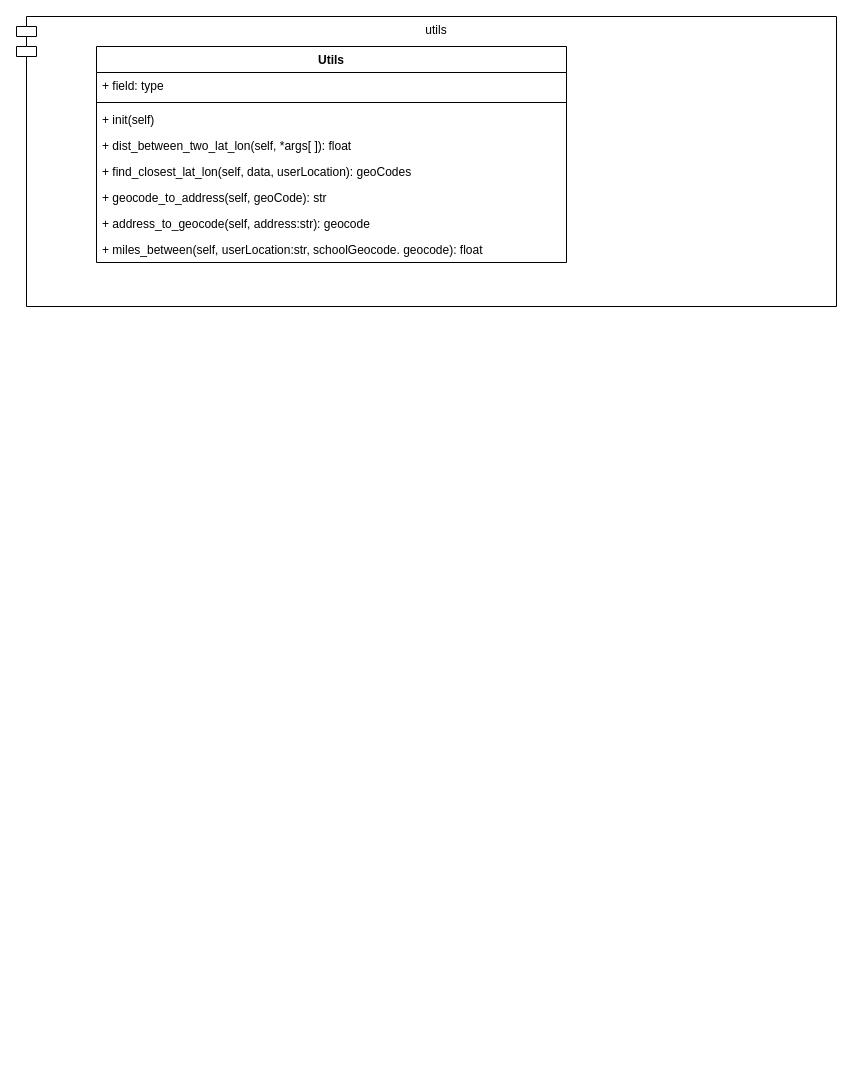
Before: page "utils" (2 of 4) of api_geocode.drawio in giova-fonseca/giova-fonseca, a draw.io diagram. Source tidied: cells renumbered, new cells numbered last; positions are measured from the earlier drawing's top-left corner, leaving out a move shared by most shapes. Both pictures are drawn from the tidied source at 100%, with x=0, y=0 at pixel (16, 16).
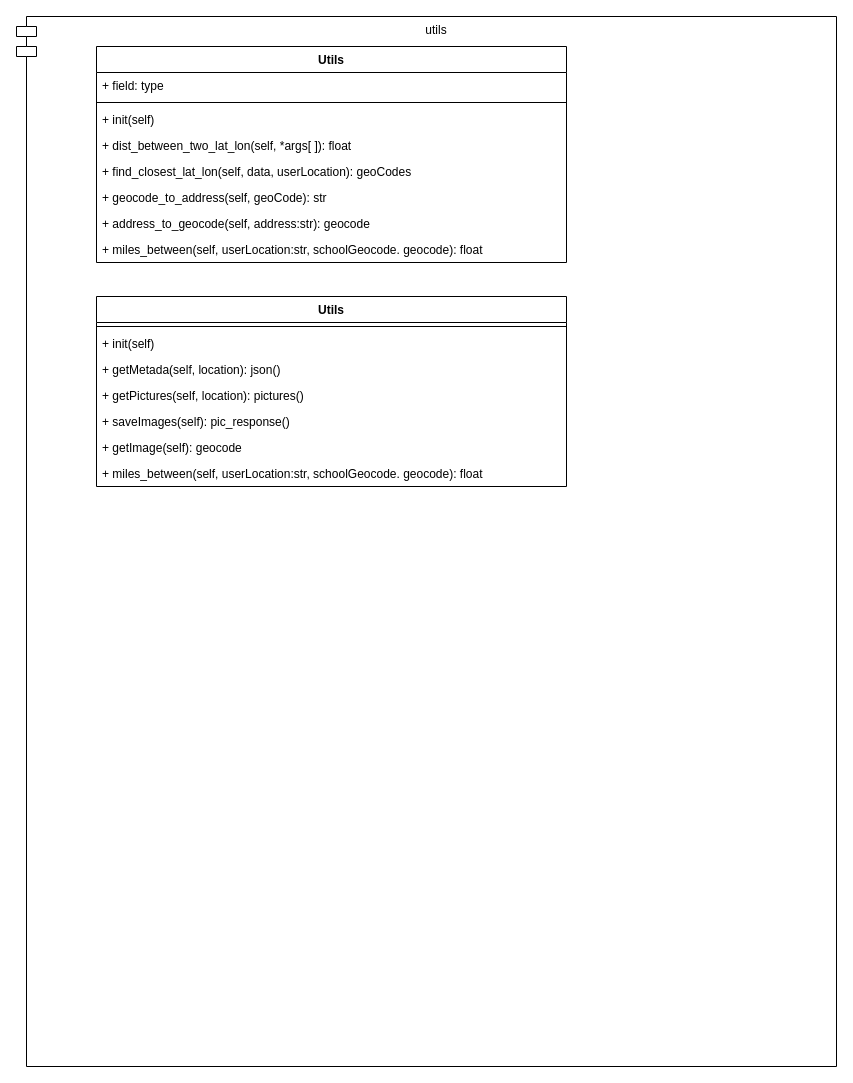
Above is the later version.

What changed in the source:
```diff
@@
 <mxGraphModel>
   <root>
     <mxCell id="0" />
     <mxCell id="1" parent="0" />
     <mxCell id="2" value="utils" style="shape=module;align=left;spacingLeft=20;align=center;verticalAlign=top;" parent="1" vertex="1">
-      <mxGeometry width="820" height="290" as="geometry" />
+      <mxGeometry width="820" height="1050" as="geometry" />
     </mxCell>
     <mxCell id="3" value="Utils" style="swimlane;fontStyle=1;align=center;verticalAlign=top;horizontal=1;startSize=26;" parent="1" vertex="1">
       <mxGeometry x="80" y="30" width="470" height="216" as="geometry" />
     </mxCell>
     <mxCell id="4" value="+ field: type" style="text;strokeColor=none;fillColor=none;align=left;verticalAlign=top;spacingLeft=4;spacingRight=4;overflow=hidden;" parent="3" vertex="1">
       <mxGeometry y="26" width="470" height="26" as="geometry" />
     </mxCell>
     <mxCell id="5" style="line;strokeWidth=1;fillColor=none;align=left;verticalAlign=middle;spacingTop=-1;spacingLeft=3;spacingRight=3;labelPosition=right;" parent="3" vertex="1">
       <mxGeometry y="52" width="470" height="8" as="geometry" />
     </mxCell>
     <mxCell id="6" value="+ init(self)" style="text;strokeColor=none;fillColor=none;align=left;verticalAlign=top;spacingLeft=4;spacingRight=4;overflow=hidden;" parent="3" vertex="1">
       <mxGeometry y="60" width="470" height="26" as="geometry" />
     </mxCell>
     <mxCell id="7" value="+ dist_between_two_lat_lon(self, *args[ ]): float" style="text;strokeColor=none;fillColor=none;align=left;verticalAlign=top;spacingLeft=4;spacingRight=4;overflow=hidden;" parent="3" vertex="1">
       <mxGeometry y="86" width="470" height="26" as="geometry" />
     </mxCell>
     <mxCell id="8" value="+ find_closest_lat_lon(self, data, userLocation): geoCodes" style="text;strokeColor=none;fillColor=none;align=left;verticalAlign=top;spacingLeft=4;spacingRight=4;overflow=hidden;" parent="3" vertex="1">
       <mxGeometry y="112" width="470" height="26" as="geometry" />
     </mxCell>
     <mxCell id="9" value="+ geocode_to_address(self, geoCode): str" style="text;strokeColor=none;fillColor=none;align=left;verticalAlign=top;spacingLeft=4;spacingRight=4;overflow=hidden;" parent="3" vertex="1">
       <mxGeometry y="138" width="470" height="26" as="geometry" />
     </mxCell>
     <mxCell id="10" value="+ address_to_geocode(self, address:str): geocode" style="text;strokeColor=none;fillColor=none;align=left;verticalAlign=top;spacingLeft=4;spacingRight=4;overflow=hidden;" parent="3" vertex="1">
       <mxGeometry y="164" width="470" height="26" as="geometry" />
     </mxCell>
     <mxCell id="11" value="+ miles_between(self, userLocation:str, schoolGeocode. geocode): float" style="text;strokeColor=none;fillColor=none;align=left;verticalAlign=top;spacingLeft=4;spacingRight=4;overflow=hidden;" parent="3" vertex="1">
       <mxGeometry y="190" width="470" height="26" as="geometry" />
     </mxCell>
+    <mxCell id="12" value="Utils" style="swimlane;fontStyle=1;align=center;verticalAlign=top;horizontal=1;startSize=26;" parent="1" vertex="1">
+      <mxGeometry x="80" y="280" width="470" height="190" as="geometry" />
+    </mxCell>
+    <mxCell id="13" style="line;strokeWidth=1;fillColor=none;align=left;verticalAlign=middle;spacingTop=-1;spacingLeft=3;spacingRight=3;labelPosition=right;" parent="12" vertex="1">
+      <mxGeometry y="26" width="470" height="8" as="geometry" />
+    </mxCell>
+    <mxCell id="14" value="+ init(self)" style="text;strokeColor=none;fillColor=none;align=left;verticalAlign=top;spacingLeft=4;spacingRight=4;overflow=hidden;" parent="12" vertex="1">
+      <mxGeometry y="34" width="470" height="26" as="geometry" />
+    </mxCell>
+    <mxCell id="15" value="+ getMetada(self, location): json()" style="text;strokeColor=none;fillColor=none;align=left;verticalAlign=top;spacingLeft=4;spacingRight=4;overflow=hidden;" parent="12" vertex="1">
+      <mxGeometry y="60" width="470" height="26" as="geometry" />
+    </mxCell>
+    <mxCell id="16" value="+ getPictures(self, location): pictures()" style="text;strokeColor=none;fillColor=none;align=left;verticalAlign=top;spacingLeft=4;spacingRight=4;overflow=hidden;" parent="12" vertex="1">
+      <mxGeometry y="86" width="470" height="26" as="geometry" />
+    </mxCell>
+    <mxCell id="17" value="+ saveImages(self): pic_response()" style="text;strokeColor=none;fillColor=none;align=left;verticalAlign=top;spacingLeft=4;spacingRight=4;overflow=hidden;" parent="12" vertex="1">
+      <mxGeometry y="112" width="470" height="26" as="geometry" />
+    </mxCell>
+    <mxCell id="18" value="+ getImage(self): geocode" style="text;strokeColor=none;fillColor=none;align=left;verticalAlign=top;spacingLeft=4;spacingRight=4;overflow=hidden;" parent="12" vertex="1">
+      <mxGeometry y="138" width="470" height="26" as="geometry" />
+    </mxCell>
+    <mxCell id="19" value="+ miles_between(self, userLocation:str, schoolGeocode. geocode): float" style="text;strokeColor=none;fillColor=none;align=left;verticalAlign=top;spacingLeft=4;spacingRight=4;overflow=hidden;" parent="12" vertex="1">
+      <mxGeometry y="164" width="470" height="26" as="geometry" />
+    </mxCell>
   </root>
 </mxGraphModel>
```
